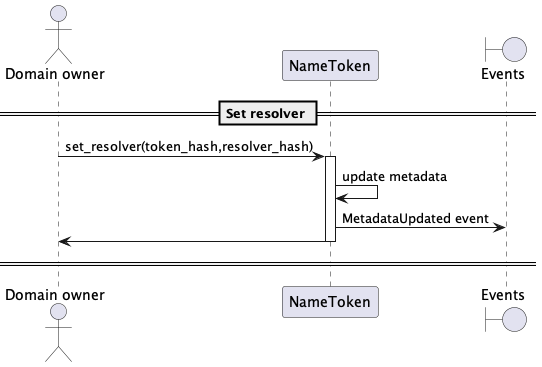
Earlier version of the PlantUML export docs/sequence-diagrams/puml/set-resolver.png (make-software/cspr-name-contracts).
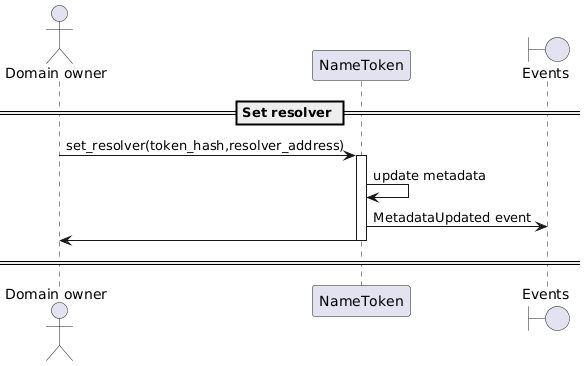
Above is the later version.

Diff of the diagram source:
```diff
@@ -6,7 +6,7 @@
 
 == Set resolver ==
 
-"Domain owner" -> NameToken: set_resolver(token_hash,resolver_hash)
+"Domain owner" -> NameToken: set_resolver(token_hash,resolver_address)
 activate NameToken
 NameToken -> NameToken: update metadata
 NameToken -> "Events": MetadataUpdated event
```
